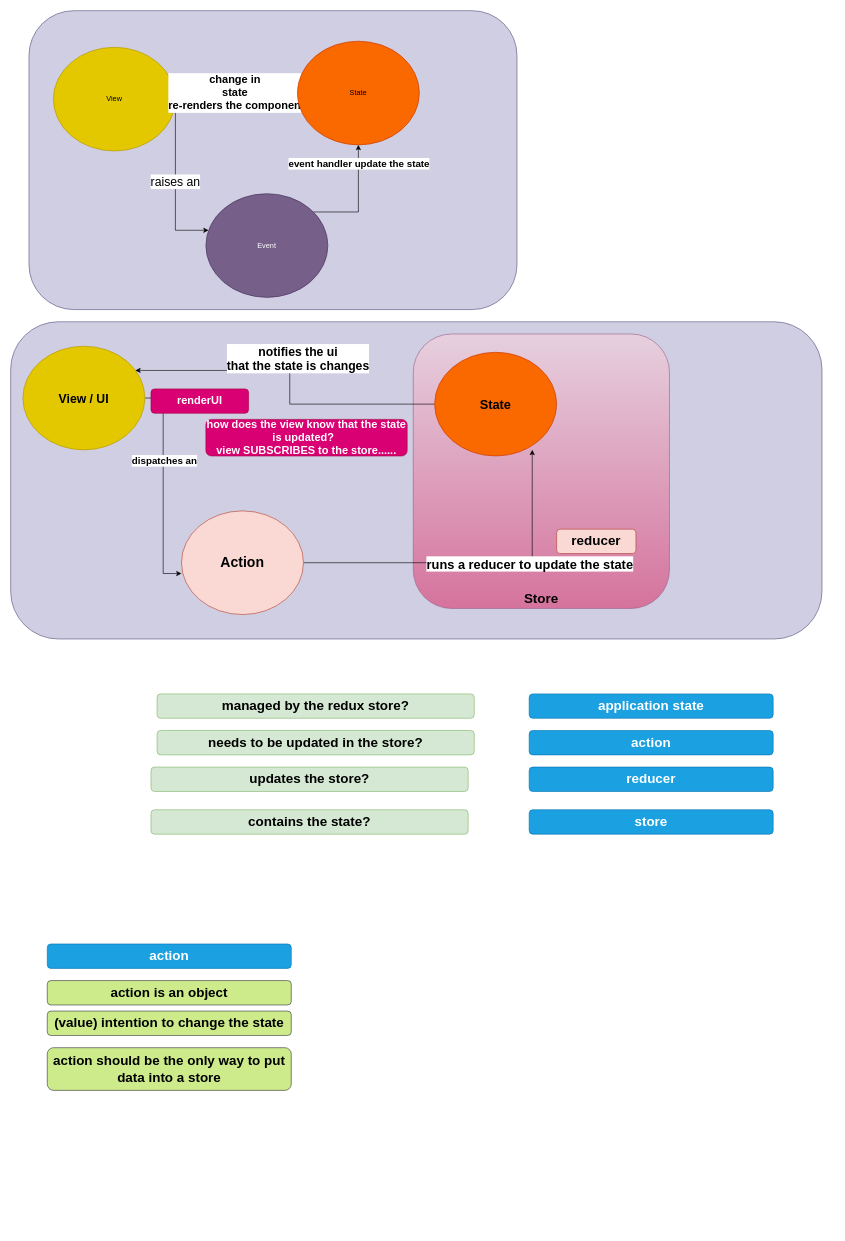
The draw.io diagram page "Redux" (2 of 2) of LABS/lab-dashboard.drawio in ACY3MA2023/AMDGIT, before the edit. Source tidied: cells renumbered, new cells numbered last; positions are measured from the earlier drawing's top-left corner, leaving out a move shared by most shapes. Both pictures are drawn from the tidied source at 61%, with x=0, y=0 at pixel (10, 10).
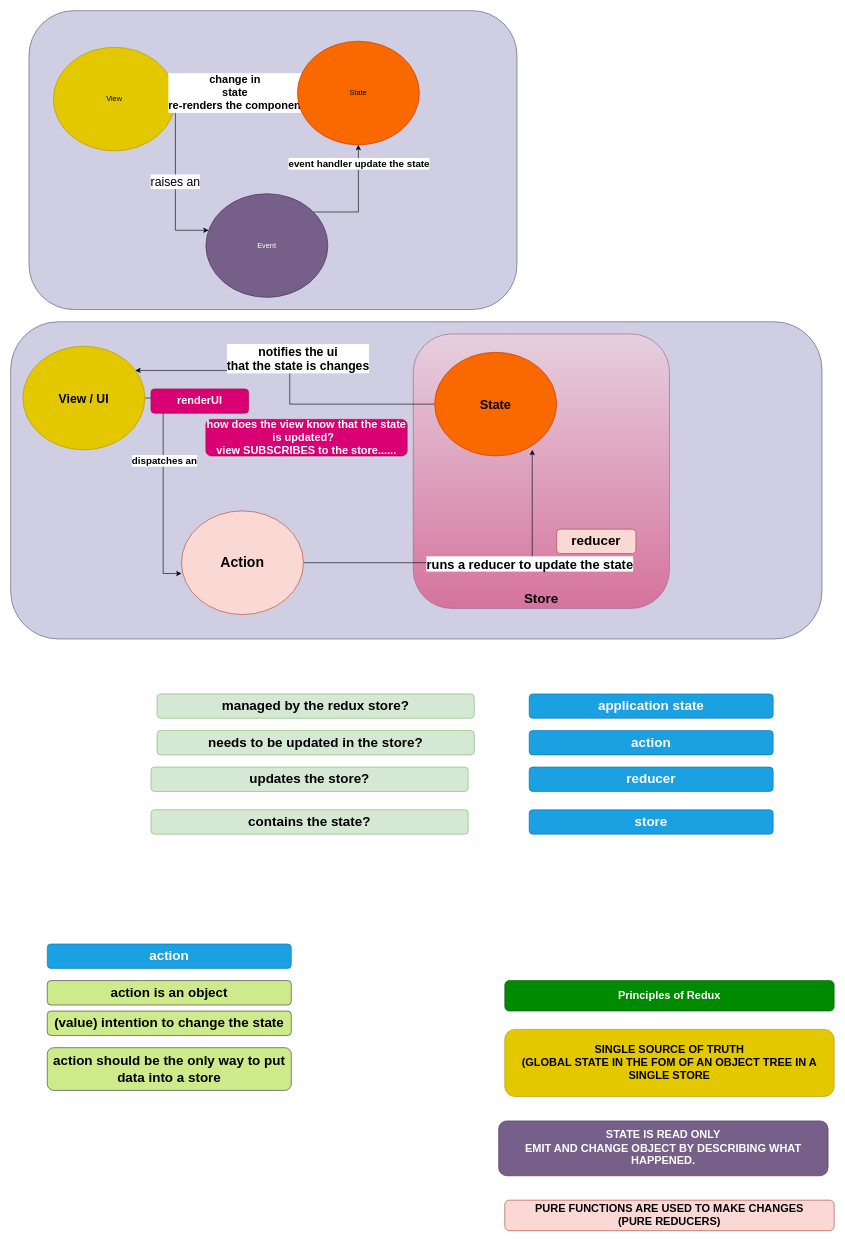
After the change.

What changed in the source:
```diff
@@
+    <mxCell id="36" value="Principles of Redux" style="rounded=1;whiteSpace=wrap;html=1;fillColor=#008a00;strokeColor=#005700;verticalAlign=middle;align=center;fontStyle=1;fontSize=18;fontColor=#ffffff;" parent="1" vertex="1">
+      <mxGeometry x="810" y="1590" width="540" height="50" as="geometry" />
+    </mxCell>
+    <mxCell id="37" value="SINGLE SOURCE OF TRUTH&lt;br&gt;(GLOBAL STATE IN THE FOM OF AN OBJECT TREE IN A SINGLE STORE" style="rounded=1;whiteSpace=wrap;html=1;fillColor=#e3c800;strokeColor=#B09500;verticalAlign=middle;align=center;fontStyle=1;fontSize=18;fontColor=#000000;" parent="1" vertex="1">
+      <mxGeometry x="810" y="1670" width="540" height="110" as="geometry" />
+    </mxCell>
+    <mxCell id="38" value="STATE IS READ ONLY&lt;br&gt;EMIT AND CHANGE OBJECT BY DESCRIBING WHAT HAPPENED." style="rounded=1;whiteSpace=wrap;html=1;fillColor=#76608a;strokeColor=#432D57;verticalAlign=middle;align=center;fontStyle=1;fontSize=18;fontColor=#ffffff;" parent="1" vertex="1">
+      <mxGeometry x="800" y="1820" width="540" height="90" as="geometry" />
+    </mxCell>
+    <mxCell id="39" value="PURE FUNCTIONS ARE USED TO MAKE CHANGES&lt;br&gt;(PURE REDUCERS)" style="rounded=1;whiteSpace=wrap;html=1;fillColor=#fad9d5;strokeColor=#ae4132;verticalAlign=middle;align=center;fontStyle=1;fontSize=18;" parent="1" vertex="1">
+      <mxGeometry x="810" y="1950" width="540" height="50" as="geometry" />
+    </mxCell>
```
